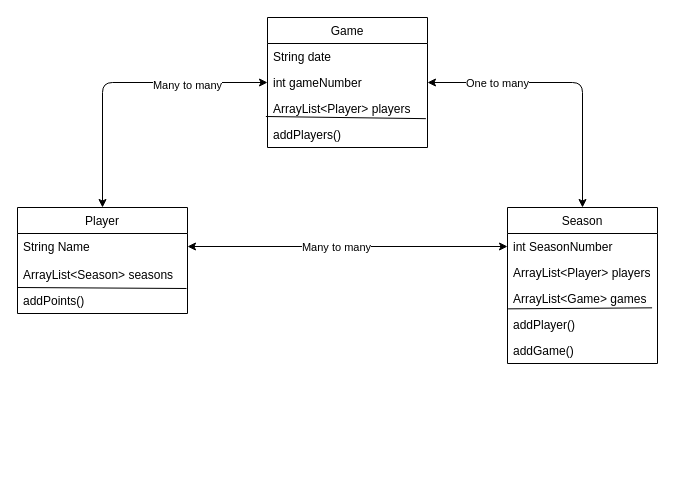
This is plan.drawio from portypy/dominion-leaderboard, a draw.io file, before an edit. Source tidied: cells renumbered, new cells numbered last; positions are measured from the earlier drawing's top-left corner, leaving out a move shared by most shapes. Both pictures are drawn from the tidied source at 100%, with x=0, y=0 at pixel (17, 17).
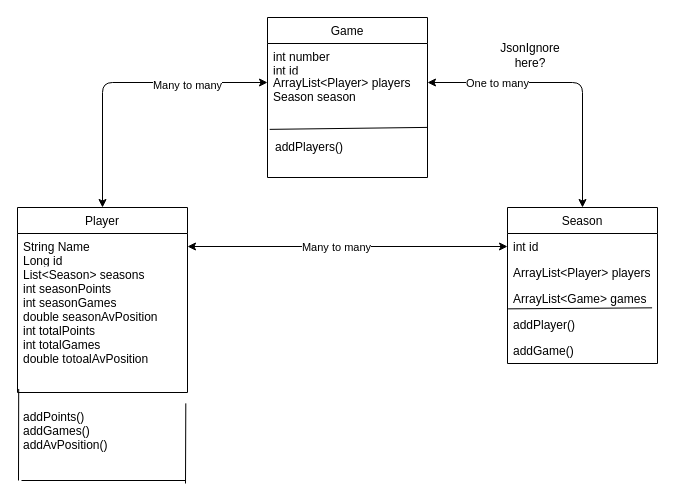
Above is the later version.

Commit message (it also covers changes not shown here):
add game and season, tested

Unchanged cells that the change refers to:
```xml
<mxCell id="7" value="Season" style="swimlane;fontStyle=0;horizontal=1;startSize=26;fillColor=none;" parent="1" vertex="1">
  <mxGeometry x="490" y="190" width="150" height="156" as="geometry" />
</mxCell>
```

What changed in the source:
```diff
@@
     <mxCell id="2" value="Player" style="swimlane;fontStyle=0;horizontal=1;startSize=26;fillColor=none;" parent="1" vertex="1">
-      <mxGeometry y="190" width="170" height="106" as="geometry" />
+      <mxGeometry y="190" width="170" height="185" as="geometry" />
     </mxCell>
-    <mxCell id="3" value="String Name" style="text;strokeColor=none;fillColor=none;align=left;verticalAlign=top;spacingLeft=4;spacingRight=4;overflow=hidden;" parent="2" vertex="1">
+    <mxCell id="3" value="String Name&#10;Long id" style="text;strokeColor=none;fillColor=none;align=left;verticalAlign=top;spacingLeft=4;spacingRight=4;overflow=hidden;" parent="2" vertex="1">
       <mxGeometry y="26" width="170" height="28" as="geometry" />
     </mxCell>
-    <mxCell id="4" value="ArrayList&lt;Season&gt; seasons" style="text;strokeColor=none;fillColor=none;align=left;verticalAlign=top;spacingLeft=4;spacingRight=4;overflow=hidden;points=[[0,0.5],[1,0.5]];portConstraint=eastwest;" parent="2" vertex="1">
-      <mxGeometry y="54" width="170" height="26" as="geometry" />
+    <mxCell id="4" value="List&lt;Season&gt; seasons&#10;int seasonPoints&#10;int seasonGames&#10;double seasonAvPosition&#10;int totalPoints&#10;int totalGames&#10;double totoalAvPosition" style="text;strokeColor=none;fillColor=none;align=left;verticalAlign=top;spacingLeft=4;spacingRight=4;overflow=hidden;points=[[0,0.5],[1,0.5]];portConstraint=eastwest;" parent="2" vertex="1">
+      <mxGeometry y="54" width="170" height="131" as="geometry" />
     </mxCell>
-    <mxCell id="5" style="endArrow=none;html=1;exitX=-0.008;exitY=-0.141;exitDx=0;exitDy=0;exitPerimeter=0;entryX=0.986;entryY=-0.102;entryDx=0;entryDy=0;entryPerimeter=0;" parent="2" edge="1">
-      <mxGeometry relative="1" as="geometry">
-        <mxPoint y="80" as="sourcePoint" />
-        <mxPoint x="169" y="81" as="targetPoint" />
-      </mxGeometry>
-    </mxCell>
-    <mxCell id="6" value="addPoints()" style="text;strokeColor=none;fillColor=none;align=left;verticalAlign=top;spacingLeft=4;spacingRight=4;overflow=hidden;" parent="2" vertex="1">
-      <mxGeometry y="80" width="170" height="26" as="geometry" />
-    </mxCell>
@@
-    <mxCell id="8" value="int SeasonNumber" style="text;strokeColor=none;fillColor=none;align=left;verticalAlign=top;spacingLeft=4;spacingRight=4;overflow=hidden;" parent="7" vertex="1">
+    <mxCell id="8" value="int id" style="text;strokeColor=none;fillColor=none;align=left;verticalAlign=top;spacingLeft=4;spacingRight=4;overflow=hidden;" parent="7" vertex="1">
       <mxGeometry y="26" width="150" height="26" as="geometry" />
     </mxCell>
@@
     <mxCell id="16" value="Game" style="swimlane;fontStyle=0;horizontal=1;startSize=26;fillColor=none;" parent="1" vertex="1">
-      <mxGeometry x="250" width="160" height="130" as="geometry" />
+      <mxGeometry x="250" width="160" height="160" as="geometry" />
     </mxCell>
-    <mxCell id="17" value="String date" style="text;strokeColor=none;fillColor=none;align=left;verticalAlign=top;spacingLeft=4;spacingRight=4;overflow=hidden;" parent="16" vertex="1">
+    <mxCell id="17" value="int number&#10;int id" style="text;strokeColor=none;fillColor=none;align=left;verticalAlign=top;spacingLeft=4;spacingRight=4;overflow=hidden;" parent="16" vertex="1">
       <mxGeometry y="26" width="160" height="26" as="geometry" />
     </mxCell>
-    <mxCell id="18" value="int gameNumber" style="text;strokeColor=none;fillColor=none;align=left;verticalAlign=top;spacingLeft=4;spacingRight=4;overflow=hidden;points=[[0,0.5],[1,0.5]];portConstraint=eastwest;" parent="16" vertex="1">
-      <mxGeometry y="52" width="160" height="26" as="geometry" />
-    </mxCell>
-    <mxCell id="19" value="ArrayList&lt;Player&gt; players" style="text;strokeColor=none;fillColor=none;align=left;verticalAlign=top;spacingLeft=4;spacingRight=4;overflow=hidden;" parent="16" vertex="1">
-      <mxGeometry y="78" width="160" height="26" as="geometry" />
+    <mxCell id="19" value="ArrayList&lt;Player&gt; players&#10;Season season" style="text;strokeColor=none;fillColor=none;align=left;verticalAlign=top;spacingLeft=4;spacingRight=4;overflow=hidden;" parent="16" vertex="1">
+      <mxGeometry y="52" width="160" height="108" as="geometry" />
     </mxCell>
-    <mxCell id="20" value="addPlayers()" style="text;strokeColor=none;fillColor=none;align=left;verticalAlign=top;spacingLeft=4;spacingRight=4;overflow=hidden;points=[[0,0.5],[1,0.5]];portConstraint=eastwest;" parent="16" vertex="1">
-      <mxGeometry y="104" width="160" height="26" as="geometry" />
-    </mxCell>
-    <mxCell id="21" style="endArrow=none;html=1;exitX=-0.01;exitY=-0.192;exitDx=0;exitDy=0;exitPerimeter=0;entryX=0.99;entryY=-0.109;entryDx=0;entryDy=0;entryPerimeter=0;" parent="16" edge="1" source="20" target="20">
-      <mxGeometry relative="1" as="geometry" />
-    </mxCell>
-    <mxCell id="22" style="endArrow=classic;startArrow=classic;html=1;exitX=0.5;exitY=0;exitDx=0;exitDy=0;entryX=0;entryY=0.5;entryDx=0;entryDy=0;" parent="1" edge="1" source="2" target="18">
+    <mxCell id="22" style="endArrow=classic;startArrow=classic;html=1;exitX=0.5;exitY=0;exitDx=0;exitDy=0;entryX=0;entryY=0.5;entryDx=0;entryDy=0;" parent="1" edge="1" source="2">
       <mxGeometry relative="1" as="geometry">
+        <mxPoint x="250" y="65" as="targetPoint" />
         <Array as="points">
           <mxPoint x="85" y="65" />
         </Array>
       </mxGeometry>
     </mxCell>
@@
-    <mxCell id="24" style="endArrow=classic;startArrow=classic;html=1;entryX=0.5;entryY=0;entryDx=0;entryDy=0;exitX=1;exitY=0.5;exitDx=0;exitDy=0;" parent="1" edge="1" source="18" target="7">
+    <mxCell id="24" style="endArrow=classic;startArrow=classic;html=1;entryX=0.5;entryY=0;entryDx=0;entryDy=0;exitX=1;exitY=0.5;exitDx=0;exitDy=0;" parent="1" edge="1" target="7">
       <mxGeometry relative="1" as="geometry">
+        <mxPoint x="410" y="65" as="sourcePoint" />
         <Array as="points">
           <mxPoint x="565" y="65" />
         </Array>
       </mxGeometry>
     </mxCell>
@@
+    <mxCell id="6" value="addPoints()&#10;addGames()&#10;addAvPosition()" style="text;strokeColor=none;fillColor=none;align=left;verticalAlign=top;spacingLeft=4;spacingRight=4;overflow=hidden;" parent="1" vertex="1">
+      <mxGeometry y="386" width="170" height="61" as="geometry" />
+    </mxCell>
+    <mxCell id="5" style="endArrow=none;html=1;" parent="1" edge="1">
+      <mxGeometry relative="1" as="geometry">
+        <mxPoint x="4" y="463" as="sourcePoint" />
+        <mxPoint x="168" y="463" as="targetPoint" />
+      </mxGeometry>
+    </mxCell>
+    <mxCell id="26" style="endArrow=none;html=1;entryX=0.99;entryY=1.083;entryDx=0;entryDy=0;entryPerimeter=0;" parent="1" edge="1" target="4">
+      <mxGeometry relative="1" as="geometry">
+        <mxPoint x="168" y="466" as="sourcePoint" />
+      </mxGeometry>
+    </mxCell>
+    <mxCell id="27" style="endArrow=none;html=1;exitX=0.007;exitY=0.973;exitDx=0;exitDy=0;exitPerimeter=0;" parent="1" edge="1" source="4">
+      <mxGeometry relative="1" as="geometry">
+        <mxPoint x="1" y="463" as="targetPoint" />
+      </mxGeometry>
+    </mxCell>
+    <mxCell id="28" value="JsonIgnore here?" style="text;html=1;strokeColor=none;fillColor=none;align=center;verticalAlign=middle;whiteSpace=wrap;rounded=0;" parent="1" vertex="1">
+      <mxGeometry x="493" y="28" width="40" height="20" as="geometry" />
+    </mxCell>
+    <mxCell id="20" value="addPlayers()" style="text;strokeColor=none;fillColor=none;align=left;verticalAlign=top;spacingLeft=4;spacingRight=4;overflow=hidden;points=[[0,0.5],[1,0.5]];portConstraint=eastwest;" parent="1" vertex="1">
+      <mxGeometry x="252" y="116" width="160" height="56" as="geometry" />
+    </mxCell>
+    <mxCell id="21" style="endArrow=none;html=1;exitX=0.001;exitY=-0.074;exitDx=0;exitDy=0;exitPerimeter=0;entryX=0.99;entryY=-0.109;entryDx=0;entryDy=0;entryPerimeter=0;" parent="1" edge="1" source="20" target="20">
+      <mxGeometry relative="1" as="geometry" />
+    </mxCell>
```
